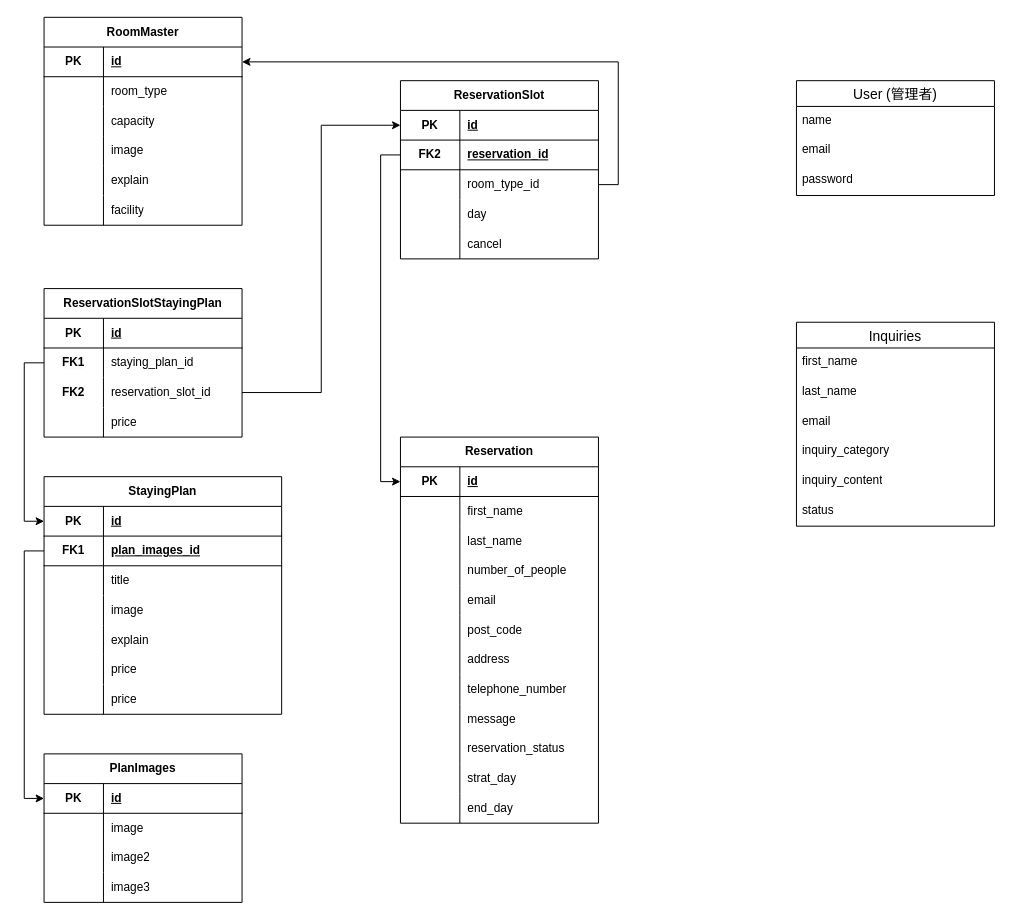
This is ER図.drawio from your-school/reserve, a draw.io file, before an edit. Source tidied: cells renumbered, new cells numbered last; positions are measured from the earlier drawing's top-left corner, leaving out a move shared by most shapes. Both pictures are drawn from the tidied source at 99%, with x=0, y=0 at pixel (44, 17).
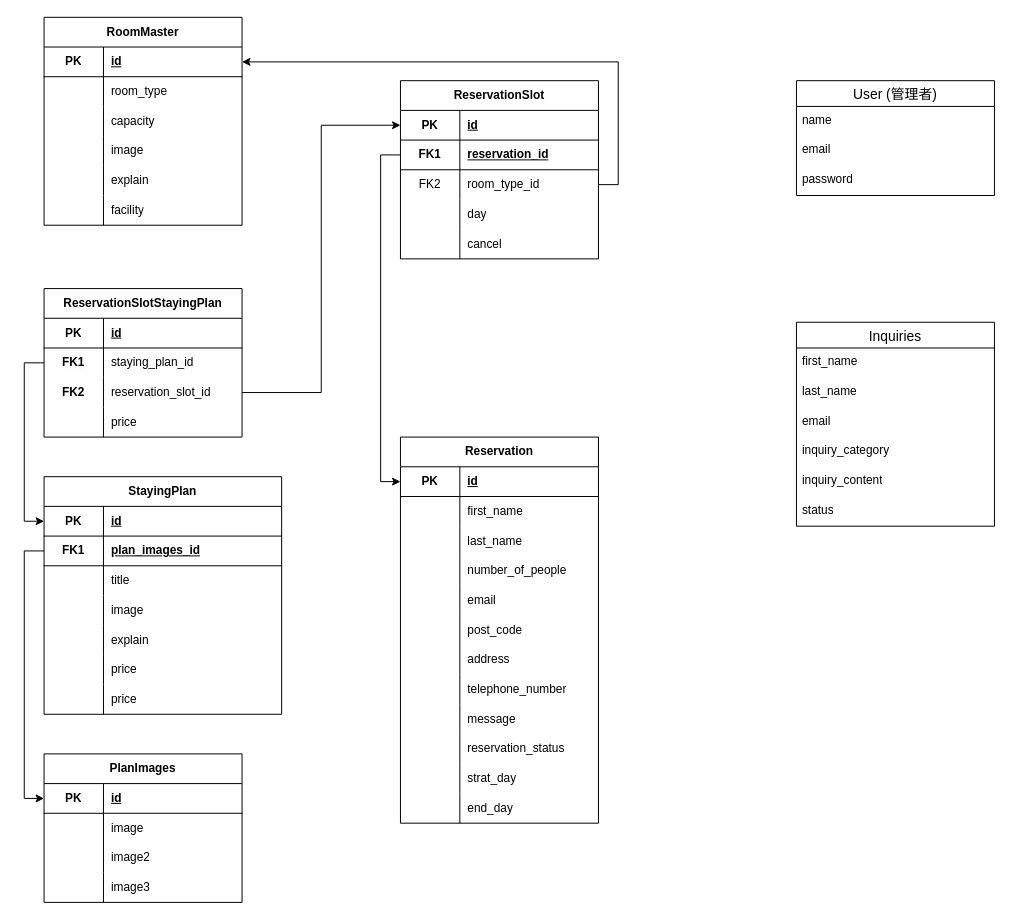
After the change.

Commit message:
ER図.drawio を更新します

The change refers to these unchanged cells:
```xml
<mxCell id="65" style="shape=tableRow;horizontal=0;startSize=0;swimlaneHead=0;swimlaneBody=0;fillColor=none;points=[[0,0.5],[1,0.5]];portConstraint=eastwest;top=0;left=0;right=0;bottom=1;html=1;" parent="61" vertex="1">
  <mxGeometry y="60" width="200" height="30" as="geometry" />
</mxCell>
<mxCell id="68" style="shape=tableRow;horizontal=0;startSize=0;swimlaneHead=0;swimlaneBody=0;fillColor=none;points=[[0,0.5],[1,0.5]];portConstraint=eastwest;top=0;left=0;right=0;bottom=0;html=1;" parent="61" vertex="1">
  <mxGeometry y="90" width="200" height="30" as="geometry" />
</mxCell>
```

What changed in the source:
```diff
@@
-    <mxCell id="66" value="FK2" style="shape=partialRectangle;fillColor=none;top=0;left=0;bottom=0;right=0;fontStyle=1;overflow=hidden;html=1;whiteSpace=wrap;" parent="65" vertex="1">
+    <mxCell id="66" value="FK1" style="shape=partialRectangle;fillColor=none;top=0;left=0;bottom=0;right=0;fontStyle=1;overflow=hidden;html=1;whiteSpace=wrap;" parent="65" vertex="1">
       <mxGeometry width="60" height="30" as="geometry" />
     </mxCell>
@@
-    <mxCell id="69" style="shape=partialRectangle;fillColor=none;top=0;left=0;bottom=0;right=0;overflow=hidden;html=1;whiteSpace=wrap;" parent="68" vertex="1">
+    <mxCell id="69" value="FK2" style="shape=partialRectangle;fillColor=none;top=0;left=0;bottom=0;right=0;overflow=hidden;html=1;whiteSpace=wrap;" parent="68" vertex="1">
       <mxGeometry width="60" height="30" as="geometry" />
     </mxCell>
```
